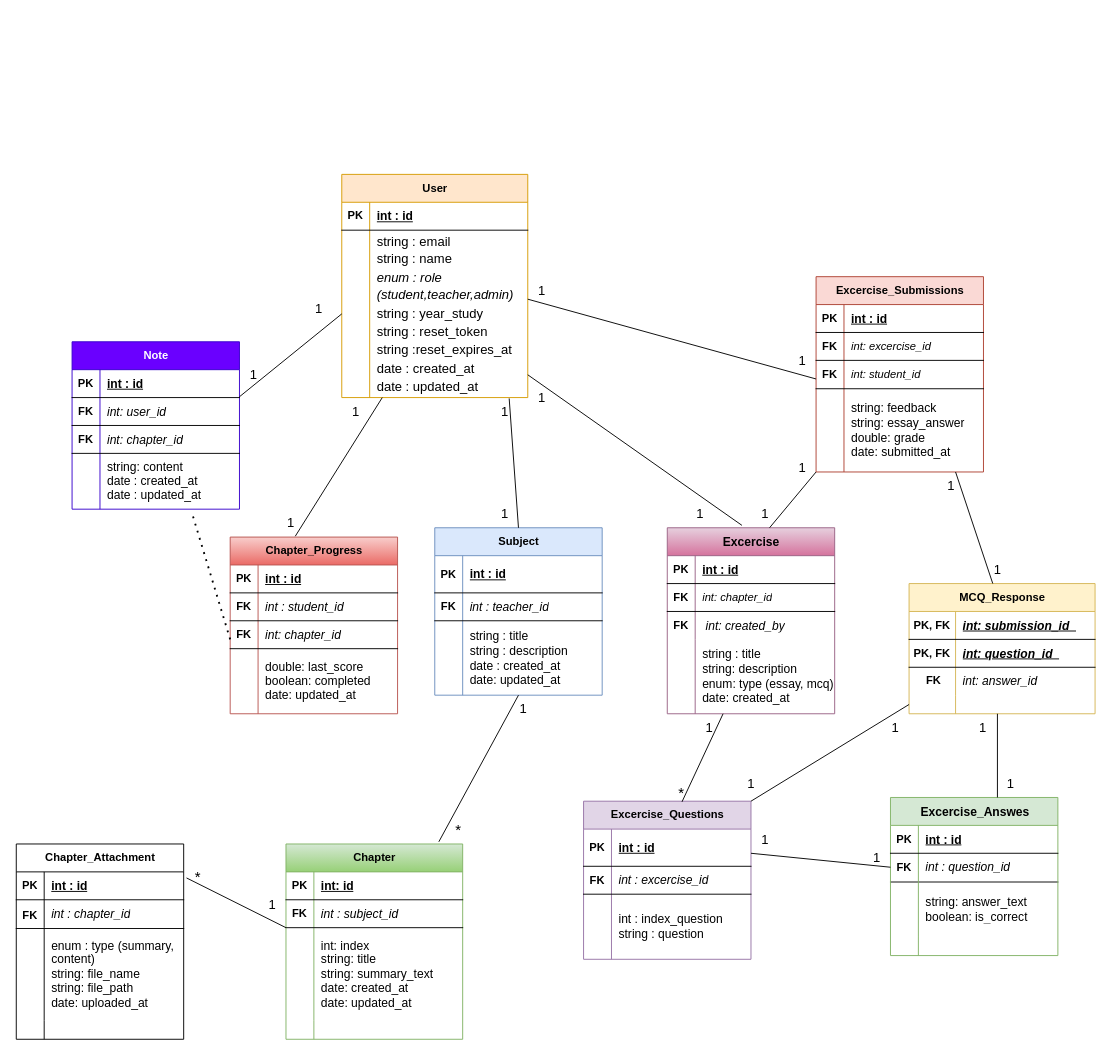
Before: database/classDiagram.drawio in Dikhang1112/SmartLearning-System, a draw.io diagram. Source tidied: cells renumbered, new cells numbered last; positions are measured from the earlier drawing's top-left corner, leaving out a move shared by most shapes. Both pictures are drawn from the tidied source at 93%, with x=0, y=0 at pixel (16, 174).
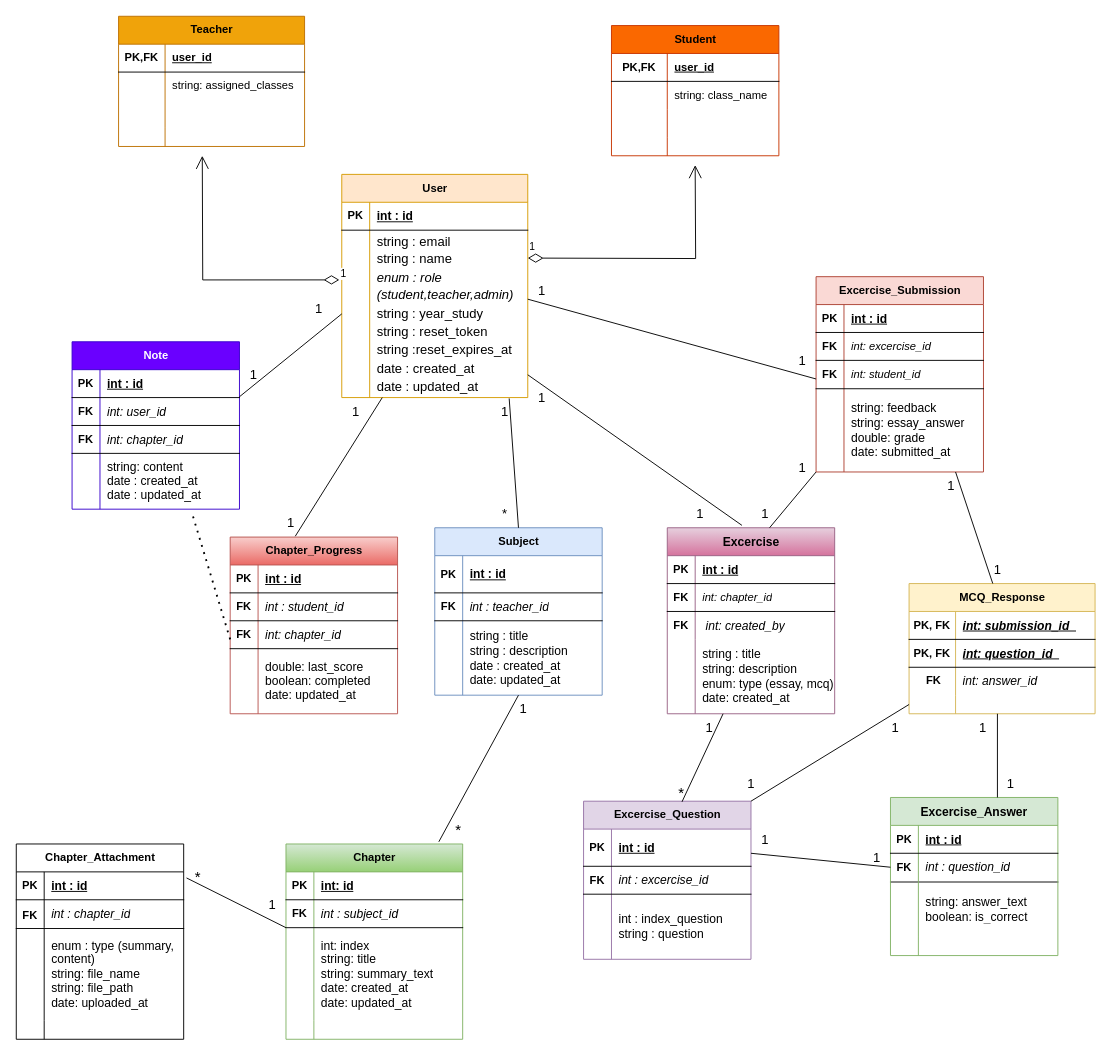
Above is the later version.

Unchanged cells that the change refers to:
```xml
<mxCell id="19" style="shape=tableRow;horizontal=0;startSize=0;swimlaneHead=0;swimlaneBody=0;fillColor=none;points=[[0,0.5],[1,0.5]];portConstraint=eastwest;top=0;left=0;right=0;bottom=0;" parent="15" vertex="1">
  <mxGeometry y="60" width="200" height="180" as="geometry" />
</mxCell>
<mxCell id="184" style="group;" parent="1" vertex="1">
  <mxGeometry x="610" y="674" width="180" height="180" as="geometry" />
</mxCell>
```

The edit, as a diff of the source:
```diff
@@
-    <mxCell id="93" value="Excercise_Submissions" style="shape=table;startSize=30;childLayout=tableLayout;rowLines=0;fontStyle=1;align=center;html=1;fillColor=#fad9d5;strokeColor=#ae4132;" parent="1" vertex="1">
+    <mxCell id="93" value="Excercise_Submission" style="shape=table;startSize=30;childLayout=tableLayout;rowLines=0;fontStyle=1;align=center;html=1;fillColor=#fad9d5;strokeColor=#ae4132;" parent="1" vertex="1">
       <mxGeometry x="860" y="110" width="180" height="210" as="geometry" />
     </mxCell>
@@
-    <mxCell id="146" value="1" style="text;html=1;align=center;verticalAlign=middle;strokeColor=none;fillColor=none;strokeWidth=5;fontSize=14;" parent="1" vertex="1">
+    <mxCell id="146" value="*" style="text;html=1;align=center;verticalAlign=middle;strokeColor=none;fillColor=none;strokeWidth=5;fontSize=14;" parent="1" vertex="1">
       <mxGeometry x="510" y="350" width="30" height="30" as="geometry" />
     </mxCell>
@@
-    <mxCell id="171" value="&lt;font style=&quot;font-size: 13px;&quot;&gt;&amp;nbsp; &amp;nbsp; Excercise_Answes&lt;span style=&quot;white-space: pre;&quot;&gt;&#9;&lt;/span&gt;&lt;/font&gt;" style="shape=table;startSize=30;childLayout=tableLayout;rowLines=0;fontStyle=1;align=center;html=1;fillColor=#d5e8d4;strokeColor=#82b366;" parent="1" vertex="1">
+    <mxCell id="171" value="&lt;font style=&quot;font-size: 13px;&quot;&gt;&amp;nbsp; &amp;nbsp; Excercise_Answer&lt;span style=&quot;white-space: pre;&quot;&gt;&#9;&lt;/span&gt;&lt;/font&gt;" style="shape=table;startSize=30;childLayout=tableLayout;rowLines=0;fontStyle=1;align=center;html=1;fillColor=#d5e8d4;strokeColor=#82b366;" parent="1" vertex="1">
       <mxGeometry x="940" y="670" width="180" height="170" as="geometry" />
     </mxCell>
@@
-    <mxCell id="185" value="Excercise_Questions" style="shape=table;startSize=30;childLayout=tableLayout;rowLines=0;fontStyle=1;align=center;html=1;fillColor=#e1d5e7;strokeColor=#9673a6;" parent="184" vertex="1">
+    <mxCell id="185" value="Excercise_Question" style="shape=table;startSize=30;childLayout=tableLayout;rowLines=0;fontStyle=1;align=center;html=1;fillColor=#e1d5e7;strokeColor=#9673a6;" parent="184" vertex="1">
       <mxGeometry width="180" height="170" as="geometry" />
     </mxCell>
@@
+    <mxCell id="213" value="1" style="endArrow=open;html=1;endSize=12;startArrow=diamondThin;startSize=14;startFill=0;edgeStyle=orthogonalEdgeStyle;align=left;verticalAlign=bottom;rounded=0;" parent="1" edge="1">
+      <mxGeometry x="-1" y="3" relative="1" as="geometry">
+        <mxPoint x="550" y="90" as="sourcePoint" />
+        <mxPoint x="730" y="-10" as="targetPoint" />
+      </mxGeometry>
+    </mxCell>
+    <mxCell id="214" value="1" style="endArrow=open;html=1;endSize=12;startArrow=diamondThin;startSize=14;startFill=0;edgeStyle=orthogonalEdgeStyle;align=left;verticalAlign=bottom;rounded=0;exitX=-0.013;exitY=0.297;exitDx=0;exitDy=0;exitPerimeter=0;" parent="1" edge="1" source="19">
+      <mxGeometry x="-1" y="3" relative="1" as="geometry">
+        <mxPoint x="200" y="-20" as="targetPoint" />
+      </mxGeometry>
+    </mxCell>
+    <mxCell id="215" value="Teacher" style="shape=table;startSize=30;childLayout=tableLayout;rowLines=0;fontStyle=1;align=center;html=1;fillColor=#f0a30a;fontColor=#000000;strokeColor=#BD7000;" parent="1" vertex="1">
+      <mxGeometry x="110" y="-170" width="200" height="140" as="geometry" />
+    </mxCell>
+    <mxCell id="216" style="shape=tableRow;horizontal=0;startSize=0;swimlaneHead=0;swimlaneBody=0;fillColor=none;top=0;left=0;right=0;bottom=1;" parent="215" vertex="1">
+      <mxGeometry y="30" width="200" height="30" as="geometry" />
+    </mxCell>
+    <mxCell id="217" value="PK,FK" style="shape=partialRectangle;fillColor=none;top=0;left=0;bottom=0;right=0;fontStyle=1;overflow=hidden;whiteSpace=wrap;html=1;" parent="216" vertex="1">
+      <mxGeometry width="50" height="30" as="geometry" />
+    </mxCell>
+    <mxCell id="218" value="user_id" style="shape=partialRectangle;fillColor=none;top=0;left=0;bottom=0;right=0;align=left;spacingLeft=6;fontStyle=5;overflow=hidden;whiteSpace=wrap;html=1;" parent="216" vertex="1">
+      <mxGeometry x="50" width="150" height="30" as="geometry" />
+    </mxCell>
+    <mxCell id="219" style="shape=tableRow;horizontal=0;startSize=0;swimlaneHead=0;swimlaneBody=0;fillColor=none;top=0;left=0;right=0;bottom=0;" parent="215" vertex="1">
+      <mxGeometry y="60" width="200" height="30" as="geometry" />
+    </mxCell>
+    <mxCell id="220" style="shape=partialRectangle;fillColor=none;top=0;left=0;bottom=0;right=0;overflow=hidden;whiteSpace=wrap;html=1;" parent="219" vertex="1">
+      <mxGeometry width="50" height="30" as="geometry" />
+    </mxCell>
+    <mxCell id="221" value="string: assigned_classes" style="shape=partialRectangle;fillColor=none;top=0;left=0;bottom=0;right=0;align=left;spacingLeft=6;overflow=hidden;whiteSpace=wrap;html=1;" parent="219" vertex="1">
+      <mxGeometry x="50" width="150" height="30" as="geometry" />
+    </mxCell>
+    <mxCell id="222" style="shape=tableRow;horizontal=0;startSize=0;swimlaneHead=0;swimlaneBody=0;fillColor=none;top=0;left=0;right=0;bottom=0;" parent="215" vertex="1">
+      <mxGeometry y="90" width="200" height="30" as="geometry" />
+    </mxCell>
+    <mxCell id="223" style="shape=partialRectangle;fillColor=none;top=0;left=0;bottom=0;right=0;overflow=hidden;whiteSpace=wrap;html=1;" parent="222" vertex="1">
+      <mxGeometry width="50" height="30" as="geometry" />
+    </mxCell>
+    <mxCell id="224" style="shape=partialRectangle;fillColor=none;top=0;left=0;bottom=0;right=0;align=left;spacingLeft=6;overflow=hidden;whiteSpace=wrap;html=1;" parent="222" vertex="1">
+      <mxGeometry x="50" width="150" height="30" as="geometry" />
+    </mxCell>
+    <mxCell id="225" style="shape=tableRow;horizontal=0;startSize=0;swimlaneHead=0;swimlaneBody=0;fillColor=none;top=0;left=0;right=0;bottom=0;" parent="215" vertex="1">
+      <mxGeometry y="120" width="200" height="20" as="geometry" />
+    </mxCell>
+    <mxCell id="226" style="shape=partialRectangle;fillColor=none;top=0;left=0;bottom=0;right=0;overflow=hidden;whiteSpace=wrap;html=1;" parent="225" vertex="1">
+      <mxGeometry width="50" height="20" as="geometry" />
+    </mxCell>
+    <mxCell id="227" style="shape=partialRectangle;fillColor=none;top=0;left=0;bottom=0;right=0;align=left;spacingLeft=6;overflow=hidden;whiteSpace=wrap;html=1;" parent="225" vertex="1">
+      <mxGeometry x="50" width="150" height="20" as="geometry" />
+    </mxCell>
+    <mxCell id="228" value="Student" style="shape=table;startSize=30;childLayout=tableLayout;rowLines=0;fontStyle=1;align=center;html=1;fillColor=#fa6800;fontColor=#000000;strokeColor=#C73500;" parent="1" vertex="1">
+      <mxGeometry x="640" y="-160" width="180" height="140" as="geometry" />
+    </mxCell>
+    <mxCell id="229" style="shape=tableRow;horizontal=0;startSize=0;swimlaneHead=0;swimlaneBody=0;fillColor=none;top=0;left=0;right=0;bottom=1;" parent="228" vertex="1">
+      <mxGeometry y="30" width="180" height="30" as="geometry" />
+    </mxCell>
+    <mxCell id="230" value="PK,FK" style="shape=partialRectangle;fillColor=none;top=0;left=0;bottom=0;right=0;fontStyle=1;overflow=hidden;whiteSpace=wrap;html=1;" parent="229" vertex="1">
+      <mxGeometry width="60" height="30" as="geometry" />
+    </mxCell>
+    <mxCell id="231" value="user_id" style="shape=partialRectangle;fillColor=none;top=0;left=0;bottom=0;right=0;align=left;spacingLeft=6;fontStyle=5;overflow=hidden;whiteSpace=wrap;html=1;" parent="229" vertex="1">
+      <mxGeometry x="60" width="120" height="30" as="geometry" />
+    </mxCell>
+    <mxCell id="232" style="shape=tableRow;horizontal=0;startSize=0;swimlaneHead=0;swimlaneBody=0;fillColor=none;top=0;left=0;right=0;bottom=0;" parent="228" vertex="1">
+      <mxGeometry y="60" width="180" height="30" as="geometry" />
+    </mxCell>
+    <mxCell id="233" style="shape=partialRectangle;fillColor=none;top=0;left=0;bottom=0;right=0;overflow=hidden;whiteSpace=wrap;html=1;" parent="232" vertex="1">
+      <mxGeometry width="60" height="30" as="geometry" />
+    </mxCell>
+    <mxCell id="234" value="string: class_name" style="shape=partialRectangle;fillColor=none;top=0;left=0;bottom=0;right=0;align=left;spacingLeft=6;overflow=hidden;whiteSpace=wrap;html=1;" parent="232" vertex="1">
+      <mxGeometry x="60" width="120" height="30" as="geometry" />
+    </mxCell>
+    <mxCell id="235" style="shape=tableRow;horizontal=0;startSize=0;swimlaneHead=0;swimlaneBody=0;fillColor=none;top=0;left=0;right=0;bottom=0;" parent="228" vertex="1">
+      <mxGeometry y="90" width="180" height="30" as="geometry" />
+    </mxCell>
+    <mxCell id="236" style="shape=partialRectangle;fillColor=none;top=0;left=0;bottom=0;right=0;overflow=hidden;whiteSpace=wrap;html=1;" parent="235" vertex="1">
+      <mxGeometry width="60" height="30" as="geometry" />
+    </mxCell>
+    <mxCell id="237" style="shape=partialRectangle;fillColor=none;top=0;left=0;bottom=0;right=0;align=left;spacingLeft=6;overflow=hidden;whiteSpace=wrap;html=1;" parent="235" vertex="1">
+      <mxGeometry x="60" width="120" height="30" as="geometry" />
+    </mxCell>
+    <mxCell id="238" style="shape=tableRow;horizontal=0;startSize=0;swimlaneHead=0;swimlaneBody=0;fillColor=none;top=0;left=0;right=0;bottom=0;" parent="228" vertex="1">
+      <mxGeometry y="120" width="180" height="20" as="geometry" />
+    </mxCell>
+    <mxCell id="239" style="shape=partialRectangle;fillColor=none;top=0;left=0;bottom=0;right=0;overflow=hidden;whiteSpace=wrap;html=1;" parent="238" vertex="1">
+      <mxGeometry width="60" height="20" as="geometry" />
+    </mxCell>
+    <mxCell id="240" style="shape=partialRectangle;fillColor=none;top=0;left=0;bottom=0;right=0;align=left;spacingLeft=6;overflow=hidden;whiteSpace=wrap;html=1;" parent="238" vertex="1">
+      <mxGeometry x="60" width="120" height="20" as="geometry" />
+    </mxCell>
```
